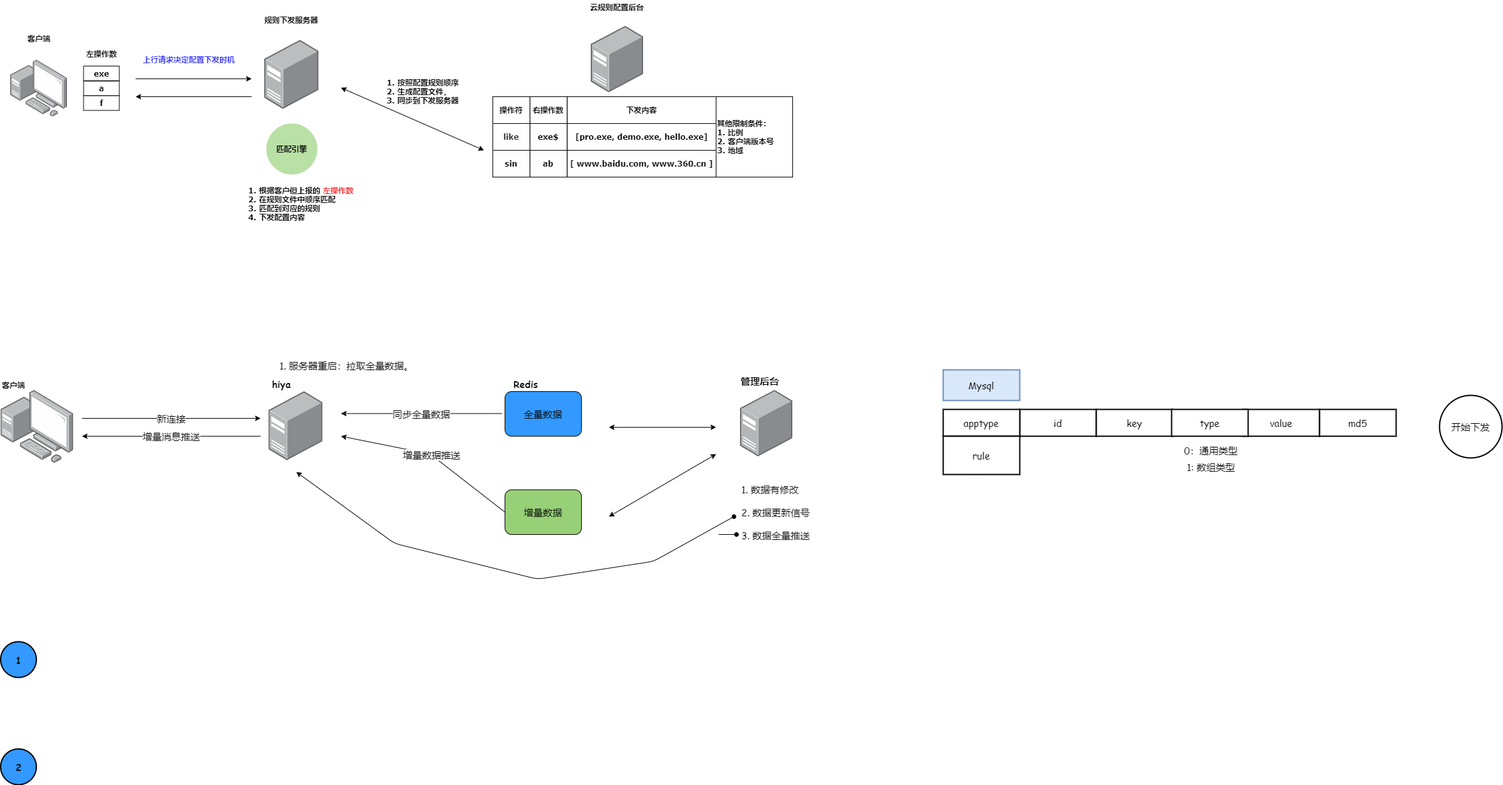
The draw.io diagram net/Untitled Diagram.png in aizsfgk/cdn, before a commit. Source tidied: cells renumbered, new cells last; positions are measured from the earlier drawing's top-left corner, leaving out a move shared by most shapes.
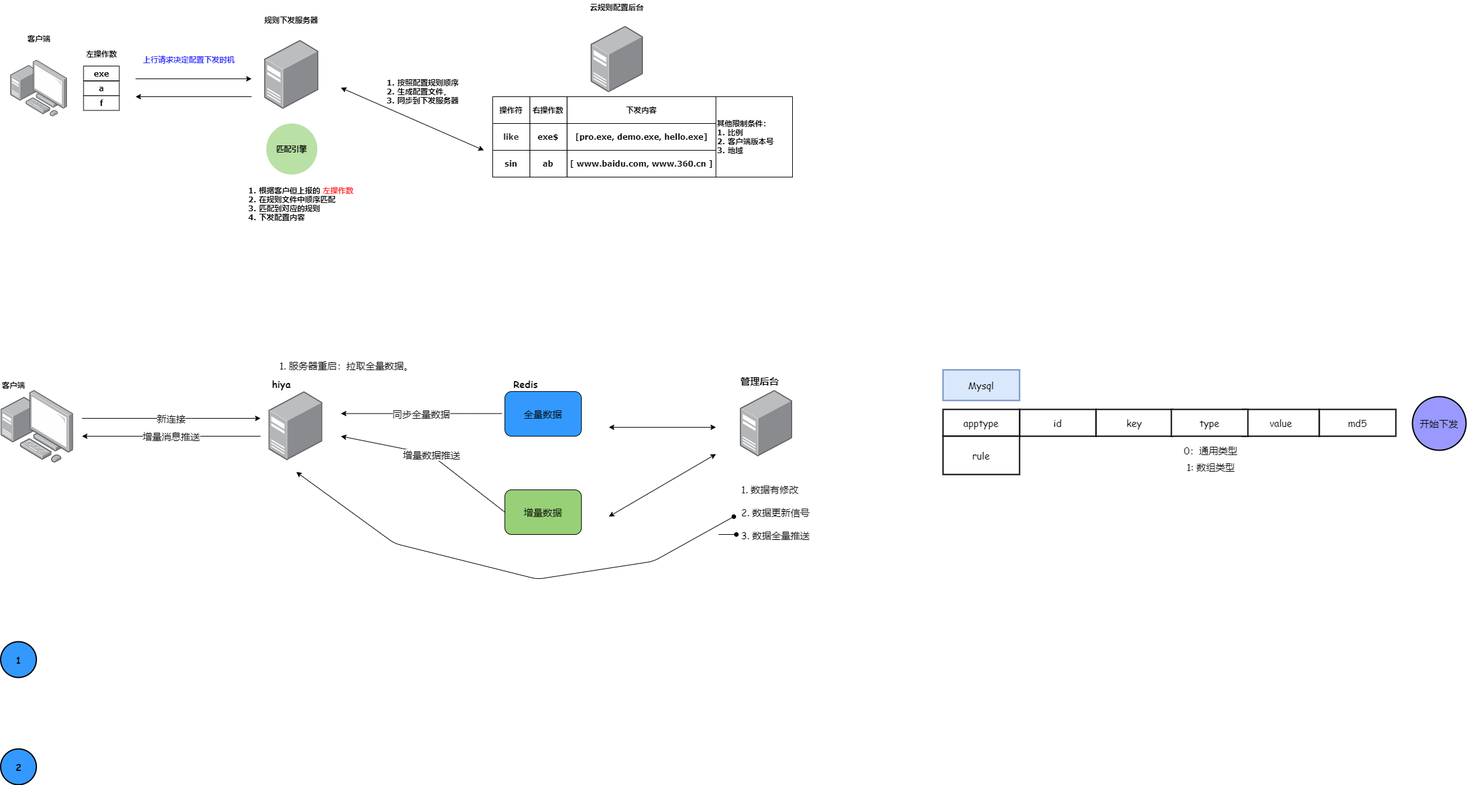
The same diagram one commit later.

Diff of the diagram source:
```diff
@@ -225,8 +225,8 @@
     <mxCell id="62" value="apptype" style="rounded=0;whiteSpace=wrap;html=1;labelBackgroundColor=none;fontFamily=Comic Sans MS;fontSize=15;strokeWidth=2;fillColor=#FFFFFF;align=center;" parent="1" vertex="1">
       <mxGeometry x="1478" y="640" width="120" height="42" as="geometry" />
     </mxCell>
-    <mxCell id="63" value="开始下发" style="ellipse;whiteSpace=wrap;html=1;labelBackgroundColor=none;fontFamily=Comic Sans MS;fontSize=15;strokeWidth=2;fillColor=#FFFFFF;align=center;" parent="1" vertex="1">
-      <mxGeometry x="2256" y="618" width="98" height="98" as="geometry" />
+    <mxCell id="63" value="开始下发" style="ellipse;whiteSpace=wrap;html=1;labelBackgroundColor=none;fontFamily=Comic Sans MS;fontSize=15;strokeWidth=2;align=center;fillColor=#9999FF;" parent="1" vertex="1">
+      <mxGeometry x="2214" y="620" width="84" height="84" as="geometry" />
     </mxCell>
     <mxCell id="64" value="rule" style="rounded=0;whiteSpace=wrap;html=1;labelBackgroundColor=none;fontFamily=Comic Sans MS;fontSize=15;strokeWidth=2;fillColor=#FFFFFF;align=center;" parent="1" vertex="1">
       <mxGeometry x="1478" y="682" width="120" height="60" as="geometry" />
```
